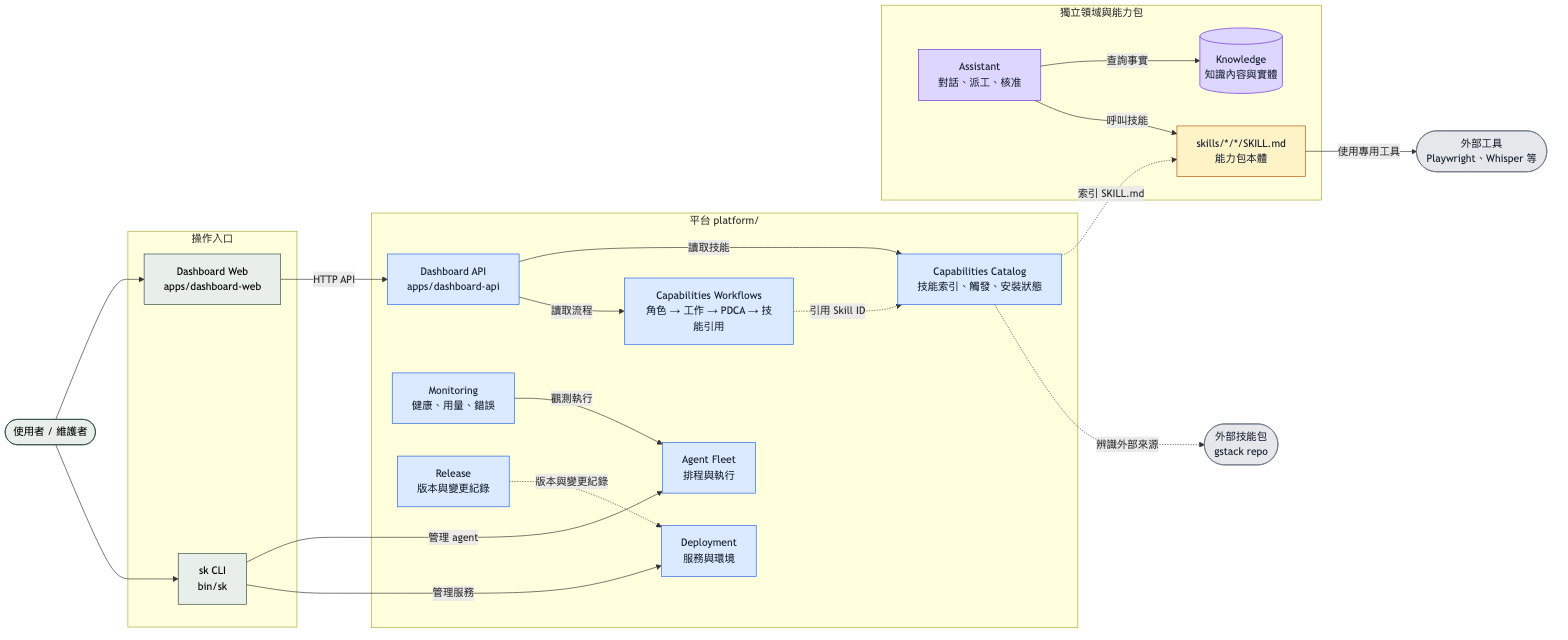
Before: docs/assets/diagrams/rivendell-system-architecture.png, a diagram exported from Mermaid (manibari/rivendell). Its source is kept beside it as docs/assets/diagrams/rivendell-system-architecture.mmd.
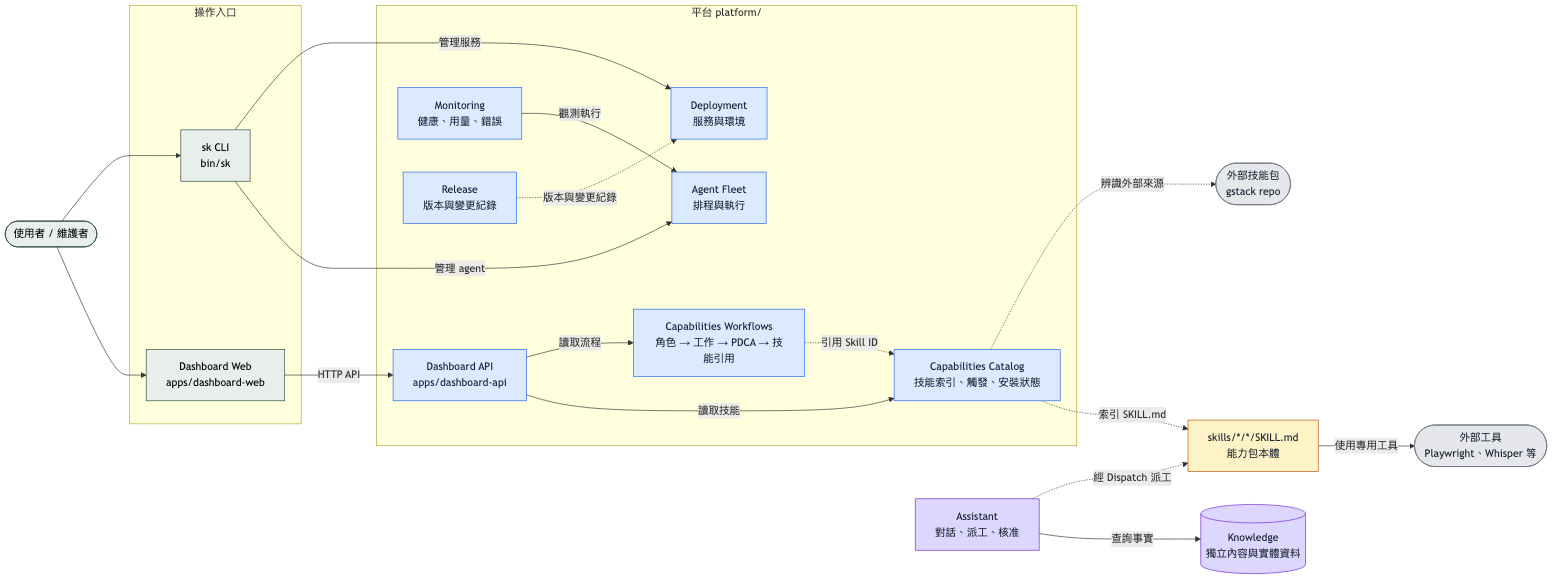
After the commit.

Commit message:
docs(architecture): map system data flows

What changed in the source:
```diff
@@ -24,12 +24,9 @@
     Release["Release<br/>版本與變更紀錄"]:::platform
   end
 
-  subgraph Domains["獨立領域與能力包"]
-    direction LR
-    Assistant["Assistant<br/>對話、派工、核准"]:::domain
-    Knowledge[("Knowledge<br/>知識內容與實體")]:::domain
-    Skills["skills/*/*/SKILL.md<br/>能力包本體"]:::source
-  end
+  Assistant["Assistant<br/>對話、派工、核准"]:::domain
+  Knowledge[("Knowledge<br/>獨立內容與實體資料")]:::domain
+  Skills["skills/*/*/SKILL.md<br/>能力包本體"]:::source
 
   Tools(["外部工具<br/>Playwright、Whisper 等"]):::external
   Gstack(["外部技能包<br/>gstack repo"]):::external
@@ -47,5 +44,5 @@
   Release -.->|"版本與變更紀錄"| Deployment
   Monitoring -->|"觀測執行"| Fleet
   Assistant -->|"查詢事實"| Knowledge
-  Assistant -->|"呼叫技能"| Skills
+  Assistant -.->|"經 Dispatch 派工"| Skills
   Skills -->|"使用專用工具"| Tools
```
